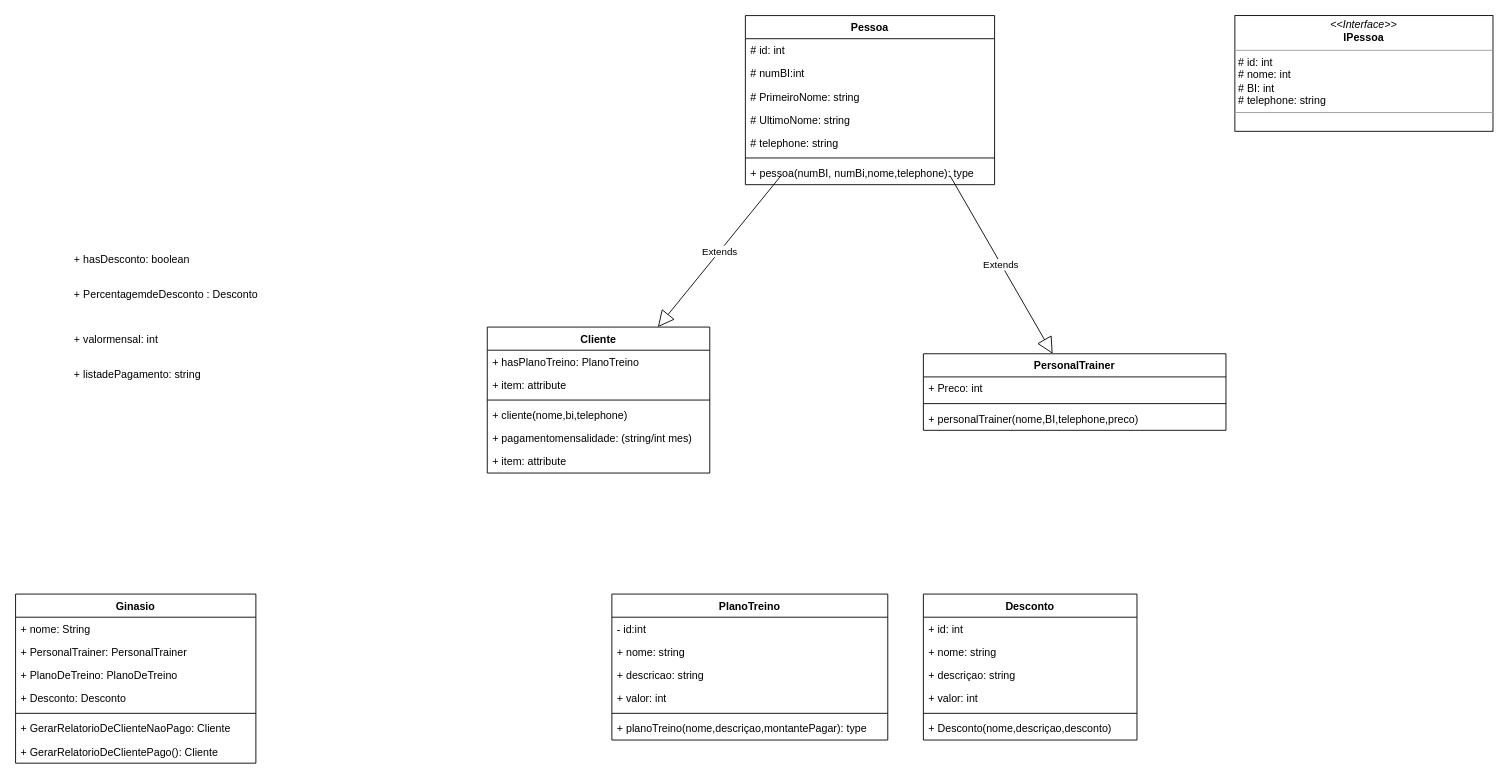
Before: page "Class" (2 of 2) of diagrams/UCase.drawio in bosshentai/ginasio, a draw.io diagram. Source tidied: cells renumbered, new cells numbered last; positions are measured from the earlier drawing's top-left corner, leaving out a move shared by most shapes. Both pictures are drawn from the tidied source at 89%, with x=0, y=0 at pixel (15, 15).
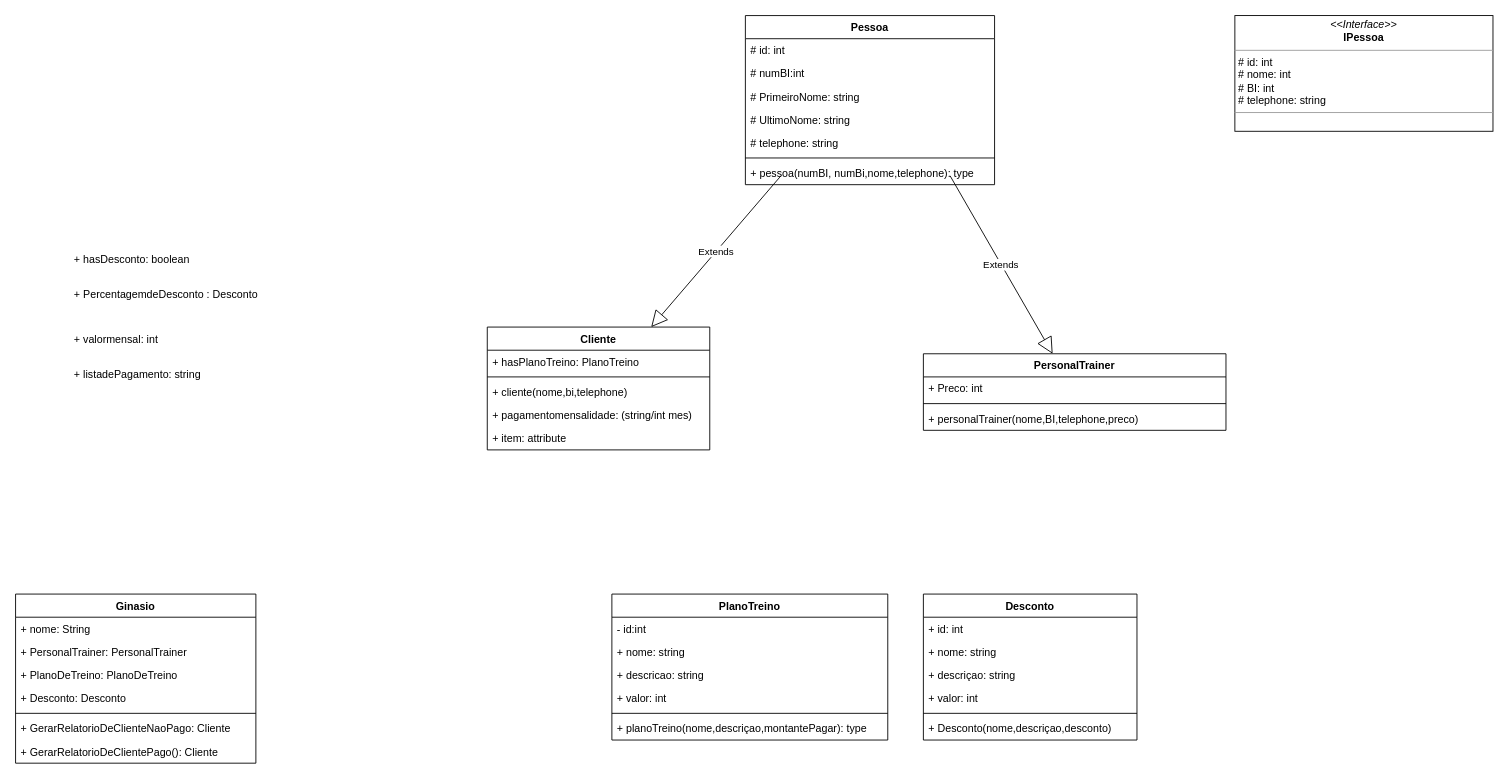
Above is the later version.

Diff of the diagram source:
```diff
@@
     <mxCell id="3" value="Cliente" style="swimlane;fontStyle=1;align=center;verticalAlign=top;horizontal=1;startSize=26;" parent="1" vertex="1">
-      <mxGeometry x="530" y="350" width="250" height="164" as="geometry" />
+      <mxGeometry x="530" y="350" width="250" height="138" as="geometry" />
     </mxCell>
@@
-    <mxCell id="5" value="+ item: attribute" style="text;strokeColor=none;fillColor=none;align=left;verticalAlign=top;spacingLeft=4;spacingRight=4;overflow=hidden;" parent="3" vertex="1">
-      <mxGeometry y="52" width="250" height="26" as="geometry" />
-    </mxCell>
     <mxCell id="6" style="line;strokeWidth=1;fillColor=none;align=left;verticalAlign=middle;spacingTop=-1;spacingLeft=3;spacingRight=3;labelPosition=right;" parent="3" vertex="1">
-      <mxGeometry y="78" width="250" height="8" as="geometry" />
+      <mxGeometry y="52" width="250" height="8" as="geometry" />
     </mxCell>
     <mxCell id="7" value="+ cliente(nome,bi,telephone) " style="text;strokeColor=none;fillColor=none;align=left;verticalAlign=top;spacingLeft=4;spacingRight=4;overflow=hidden;" parent="3" vertex="1">
-      <mxGeometry y="86" width="250" height="26" as="geometry" />
+      <mxGeometry y="60" width="250" height="26" as="geometry" />
     </mxCell>
     <mxCell id="8" value="+ pagamentomensalidade: (string/int mes)" style="text;strokeColor=none;fillColor=none;align=left;verticalAlign=top;spacingLeft=4;spacingRight=4;overflow=hidden;" parent="3" vertex="1">
-      <mxGeometry y="112" width="250" height="26" as="geometry" />
+      <mxGeometry y="86" width="250" height="26" as="geometry" />
     </mxCell>
     <mxCell id="9" value="+ item: attribute" style="text;strokeColor=none;fillColor=none;align=left;verticalAlign=top;spacingLeft=4;spacingRight=4;overflow=hidden;" parent="3" vertex="1">
-      <mxGeometry y="138" width="250" height="26" as="geometry" />
+      <mxGeometry y="112" width="250" height="26" as="geometry" />
     </mxCell>
```
